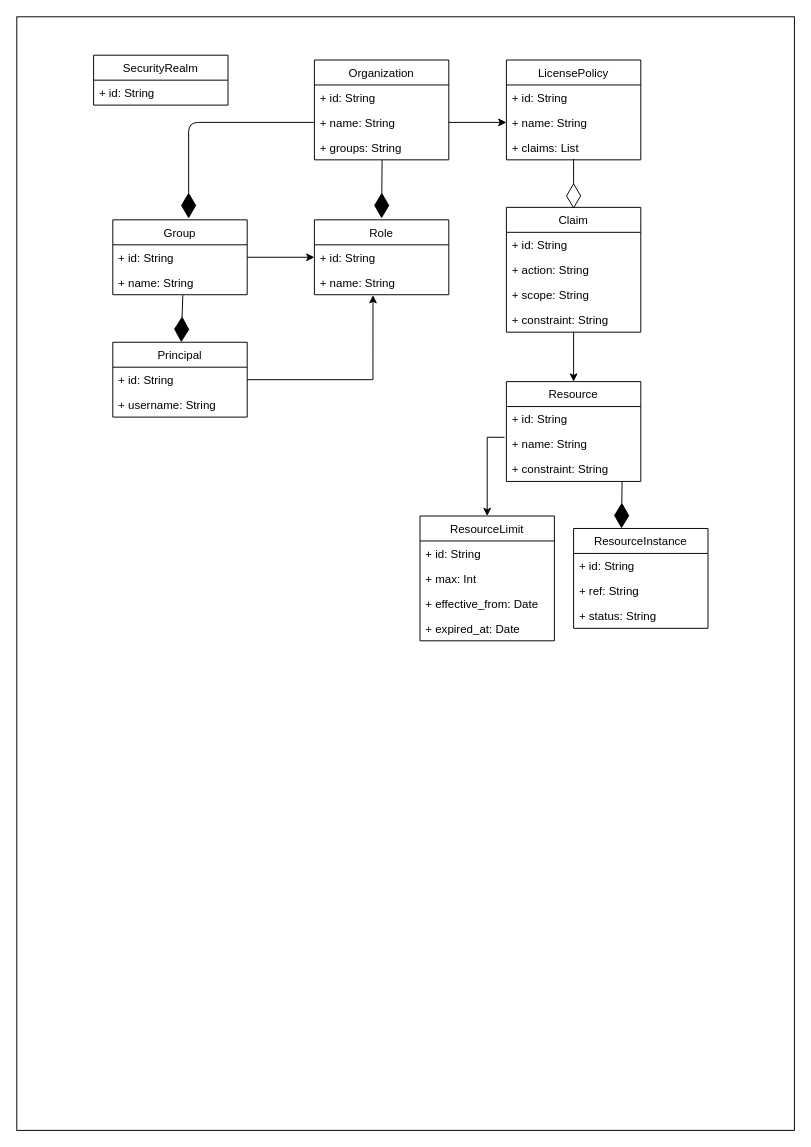
bhatti/Aeron keeps this draw.io diagram as Untitled Diagram.drawio. Above is the earlier version. Source tidied: cells renumbered, new cells numbered last; positions are measured from the earlier drawing's top-left corner, leaving out a move shared by most shapes. Both pictures are drawn from the tidied source at 96%, with x=0, y=0 at pixel (16, 16).
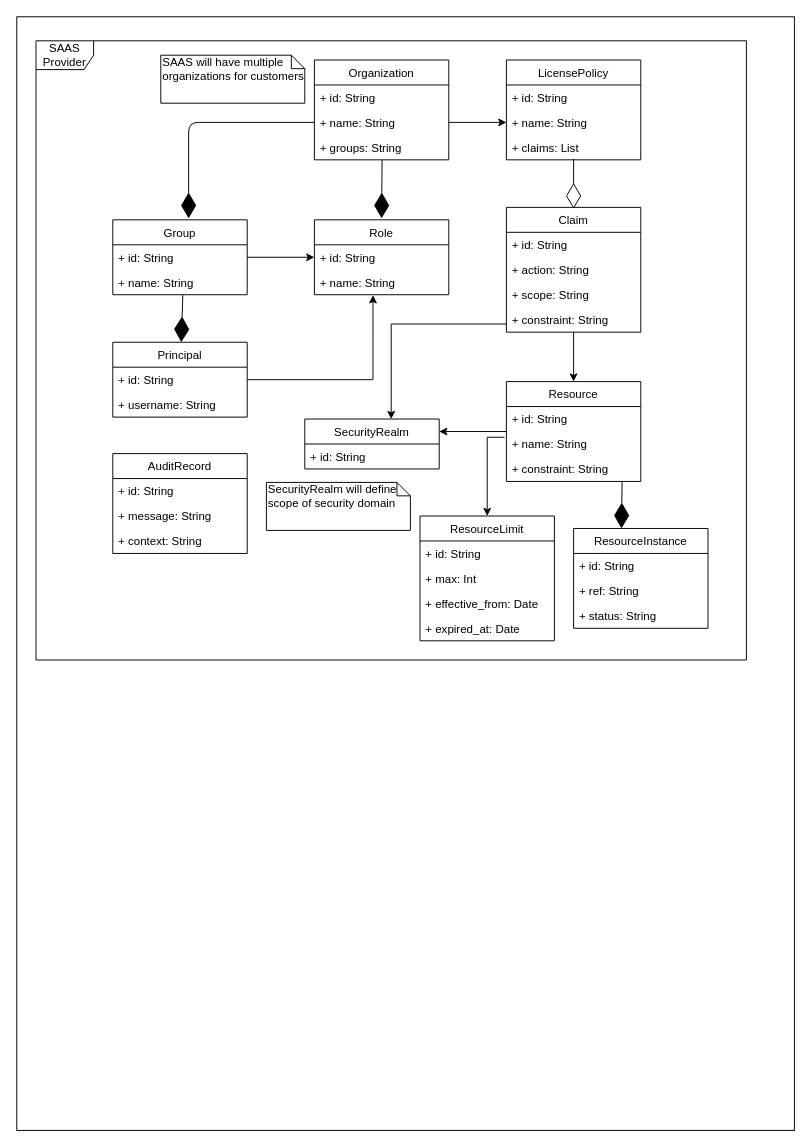
The same page after the edit.

The change refers to these unchanged cells:
```xml
<mxCell id="23" value="Claim" style="swimlane;fontStyle=0;horizontal=1;startSize=26;fillColor=none;" parent="1" vertex="1">
  <mxGeometry x="510" y="198.5" width="140" height="130" as="geometry" />
</mxCell>
<mxCell id="32" value="Resource" style="swimlane;fontStyle=0;horizontal=1;startSize=26;fillColor=none;" parent="1" vertex="1">
  <mxGeometry x="510" y="380" width="140" height="104" as="geometry" />
</mxCell>
```

What changed in the source:
```diff
@@
     <mxCell id="3" value="SecurityRealm" style="swimlane;fontStyle=0;horizontal=1;startSize=26;fillColor=none;" parent="1" vertex="1">
-      <mxGeometry x="80" y="40" width="140" height="52" as="geometry" />
+      <mxGeometry x="300" y="419" width="140" height="52" as="geometry" />
     </mxCell>
@@
+    <mxCell id="50" style="edgeStyle=orthogonalEdgeStyle;rounded=0;jettySize=auto;html=1;" parent="1" edge="1" source="23">
+      <mxGeometry relative="1" as="geometry">
+        <mxPoint x="390" y="419" as="targetPoint" />
+        <Array as="points">
+          <mxPoint x="390" y="320" />
+          <mxPoint x="390" y="419" />
+        </Array>
+      </mxGeometry>
+    </mxCell>
@@
+    <mxCell id="51" style="edgeStyle=orthogonalEdgeStyle;rounded=0;jettySize=auto;html=1;entryX=1;entryY=0.25;entryDx=0;entryDy=0;" parent="1" edge="1" source="32" target="3">
+      <mxGeometry relative="1" as="geometry" />
+    </mxCell>
@@
+    <mxCell id="52" value="AuditRecord" style="swimlane;fontStyle=0;horizontal=1;startSize=26;fillColor=none;" parent="1" vertex="1">
+      <mxGeometry x="100" y="455" width="140" height="104" as="geometry" />
+    </mxCell>
+    <mxCell id="53" value="+ id: String" style="text;strokeColor=none;fillColor=none;align=left;verticalAlign=top;spacingLeft=4;spacingRight=4;overflow=hidden;" parent="52" vertex="1">
+      <mxGeometry y="26" width="140" height="26" as="geometry" />
+    </mxCell>
+    <mxCell id="54" value="+ message: String" style="text;strokeColor=none;fillColor=none;align=left;verticalAlign=top;spacingLeft=4;spacingRight=4;overflow=hidden;" parent="52" vertex="1">
+      <mxGeometry y="52" width="140" height="26" as="geometry" />
+    </mxCell>
+    <mxCell id="55" value="+ context: String" style="text;strokeColor=none;fillColor=none;align=left;verticalAlign=top;spacingLeft=4;spacingRight=4;overflow=hidden;" parent="52" vertex="1">
+      <mxGeometry y="78" width="140" height="26" as="geometry" />
+    </mxCell>
+    <mxCell id="56" value="SAAS will have multiple organizations for customers" style="shape=note;whiteSpace=wrap;html=1;size=14;verticalAlign=top;align=left;spacingTop=-6;" parent="1" vertex="1">
+      <mxGeometry x="150" y="40" width="150" height="50" as="geometry" />
+    </mxCell>
+    <mxCell id="57" value="SecurityRealm will define scope of security domain" style="shape=note;whiteSpace=wrap;html=1;size=14;verticalAlign=top;align=left;spacingTop=-6;" parent="1" vertex="1">
+      <mxGeometry x="260" y="485" width="150" height="50" as="geometry" />
+    </mxCell>
+    <mxCell id="58" value="SAAS Provider" style="shape=umlFrame;whiteSpace=wrap;html=1;" parent="1" vertex="1">
+      <mxGeometry x="20" y="25" width="740" height="645" as="geometry" />
+    </mxCell>
```
